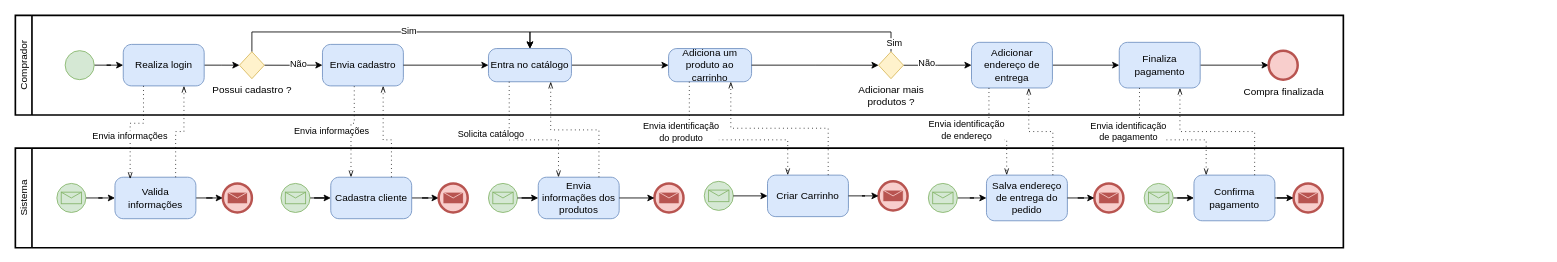
Earlier version of the draw.io diagram page "Modelo To Be Processo Compra" (2 of 4) of DPN/ModelagemProcessoNegocio.drawio (luca-moraes/projetoCorintoModelagem). Source tidied: cells renumbered, new cells numbered last; positions are measured from the earlier drawing's top-left corner, leaving out a move shared by most shapes. Both pictures are drawn from the tidied source at 83%, with x=0, y=0 at pixel (15, 15).
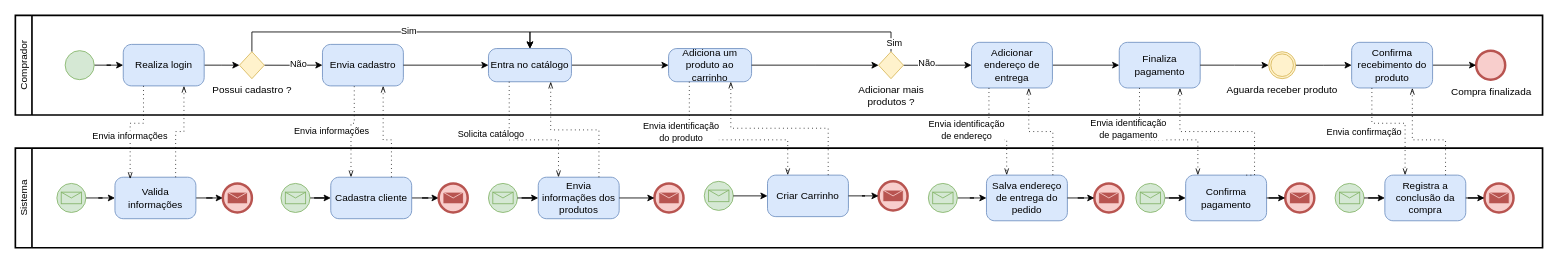
The same page after the edit.

Unchanged cells that the change refers to:
```xml
<mxCell id="55" value="Finaliza pagamento" style="points=[[0.25,0,0],[0.5,0,0],[0.75,0,0],[1,0.25,0],[1,0.5,0],[1,0.75,0],[0.75,1,0],[0.5,1,0],[0.25,1,0],[0,0.75,0],[0,0.5,0],[0,0.25,0]];shape=mxgraph.bpmn.task;whiteSpace=wrap;rectStyle=rounded;size=10;html=1;taskMarker=abstract;fillColor=#dae8fc;strokeColor=#6c8ebf;" parent="33" vertex="1">
  <mxGeometry x="1330" y="32.5" width="97.5" height="55" as="geometry" />
</mxCell>
```

Change to the diagram source:
```diff
@@
     <mxCell id="2" value="Sistema" style="swimlane;html=1;startSize=20;fontStyle=0;horizontal=0;swimlaneLine=1;swimlaneFillColor=#ffffff;strokeWidth=2;whiteSpace=wrap;" parent="1" vertex="1">
-      <mxGeometry y="160" width="1600" height="120" as="geometry" />
+      <mxGeometry y="160" width="1840" height="120" as="geometry" />
     </mxCell>
@@
     <mxCell id="29" style="points=[[0.145,0.145,0],[0.5,0,0],[0.855,0.145,0],[1,0.5,0],[0.855,0.855,0],[0.5,1,0],[0.145,0.855,0],[0,0.5,0]];shape=mxgraph.bpmn.event;html=1;verticalLabelPosition=bottom;labelBackgroundColor=#ffffff;verticalAlign=top;align=center;perimeter=ellipsePerimeter;outlineConnect=0;outline=standard;symbol=message;fillColor=#d5e8d4;strokeColor=#82b366;" parent="2" vertex="1">
-      <mxGeometry x="1360" y="42.5" width="35" height="35" as="geometry" />
+      <mxGeometry x="1350" y="42.5" width="35" height="35" as="geometry" />
     </mxCell>
     <mxCell id="30" value="Confirma pagamento" style="points=[[0.25,0,0],[0.5,0,0],[0.75,0,0],[1,0.25,0],[1,0.5,0],[1,0.75,0],[0.75,1,0],[0.5,1,0],[0.25,1,0],[0,0.75,0],[0,0.5,0],[0,0.25,0]];shape=mxgraph.bpmn.task;whiteSpace=wrap;rectStyle=rounded;size=10;html=1;taskMarker=abstract;fillColor=#dae8fc;strokeColor=#6c8ebf;" parent="2" vertex="1">
-      <mxGeometry x="1420" y="32.5" width="97.5" height="55" as="geometry" />
+      <mxGeometry x="1410" y="32.5" width="97.5" height="55" as="geometry" />
     </mxCell>
     <mxCell id="31" style="points=[[0.145,0.145,0],[0.5,0,0],[0.855,0.145,0],[1,0.5,0],[0.855,0.855,0],[0.5,1,0],[0.145,0.855,0],[0,0.5,0]];shape=mxgraph.bpmn.event;html=1;verticalLabelPosition=bottom;labelBackgroundColor=#ffffff;verticalAlign=top;align=center;perimeter=ellipsePerimeter;outlineConnect=0;outline=end;symbol=message;fillColor=#f8cecc;strokeColor=#b85450;" parent="2" vertex="1">
-      <mxGeometry x="1540" y="42.5" width="35" height="35" as="geometry" />
+      <mxGeometry x="1530" y="42.5" width="35" height="35" as="geometry" />
     </mxCell>
@@
+    <mxCell id="77" style="points=[[0.145,0.145,0],[0.5,0,0],[0.855,0.145,0],[1,0.5,0],[0.855,0.855,0],[0.5,1,0],[0.145,0.855,0],[0,0.5,0]];shape=mxgraph.bpmn.event;html=1;verticalLabelPosition=bottom;labelBackgroundColor=#ffffff;verticalAlign=top;align=center;perimeter=ellipsePerimeter;outlineConnect=0;outline=standard;symbol=message;fillColor=#d5e8d4;strokeColor=#82b366;" parent="2" vertex="1">
+      <mxGeometry x="1590" y="42.5" width="35" height="35" as="geometry" />
+    </mxCell>
+    <mxCell id="78" value="Registra a conclusão da compra" style="points=[[0.25,0,0],[0.5,0,0],[0.75,0,0],[1,0.25,0],[1,0.5,0],[1,0.75,0],[0.75,1,0],[0.5,1,0],[0.25,1,0],[0,0.75,0],[0,0.5,0],[0,0.25,0]];shape=mxgraph.bpmn.task;whiteSpace=wrap;rectStyle=rounded;size=10;html=1;taskMarker=abstract;fillColor=#dae8fc;strokeColor=#6c8ebf;" parent="2" vertex="1">
+      <mxGeometry x="1650" y="32.5" width="97.5" height="55" as="geometry" />
+    </mxCell>
+    <mxCell id="79" style="edgeStyle=orthogonalEdgeStyle;rounded=0;jettySize=auto;html=1;entryX=0;entryY=0.5;entryDx=0;entryDy=0;entryPerimeter=0;" parent="2" edge="1" source="77" target="78">
+      <mxGeometry relative="1" as="geometry" />
+    </mxCell>
+    <mxCell id="80" style="points=[[0.145,0.145,0],[0.5,0,0],[0.855,0.145,0],[1,0.5,0],[0.855,0.855,0],[0.5,1,0],[0.145,0.855,0],[0,0.5,0]];shape=mxgraph.bpmn.event;html=1;verticalLabelPosition=bottom;labelBackgroundColor=#ffffff;verticalAlign=top;align=center;perimeter=ellipsePerimeter;outlineConnect=0;outline=end;symbol=message;fillColor=#f8cecc;strokeColor=#b85450;" parent="2" vertex="1">
+      <mxGeometry x="1770" y="42.5" width="35" height="35" as="geometry" />
+    </mxCell>
+    <mxCell id="81" style="edgeStyle=orthogonalEdgeStyle;rounded=0;jettySize=auto;html=1;" parent="2" edge="1" source="78" target="80">
+      <mxGeometry relative="1" as="geometry" />
+    </mxCell>
     <mxCell id="33" value="Comprador" style="swimlane;html=1;startSize=20;fontStyle=0;horizontal=0;swimlaneLine=1;swimlaneFillColor=#ffffff;strokeWidth=2;whiteSpace=wrap;" parent="1" vertex="1">
-      <mxGeometry width="1600" height="120" as="geometry" />
+      <mxGeometry width="1840" height="120" as="geometry" />
     </mxCell>
@@
-    <mxCell id="54" style="edgeStyle=orthogonalEdgeStyle;rounded=0;jettySize=auto;html=1;entryX=0;entryY=0.5;entryDx=0;entryDy=0;entryPerimeter=0;" parent="33" edge="1" source="55" target="58">
+    <mxCell id="54" style="edgeStyle=orthogonalEdgeStyle;rounded=0;jettySize=auto;html=1;entryX=0;entryY=0.5;entryDx=0;entryDy=0;entryPerimeter=0;" parent="33" edge="1" source="82" target="85">
       <mxGeometry relative="1" as="geometry" />
     </mxCell>
@@
     <mxCell id="58" value="Compra finalizada" style="points=[[0.145,0.145,0],[0.5,0,0],[0.855,0.145,0],[1,0.5,0],[0.855,0.855,0],[0.5,1,0],[0.145,0.855,0],[0,0.5,0]];shape=mxgraph.bpmn.event;html=1;verticalLabelPosition=bottom;labelBackgroundColor=#ffffff;verticalAlign=top;align=center;perimeter=ellipsePerimeter;outlineConnect=0;outline=end;symbol=terminate2;fillColor=#f8cecc;strokeColor=#b85450;" parent="33" vertex="1">
-      <mxGeometry x="1510" y="42.5" width="35" height="35" as="geometry" />
+      <mxGeometry x="1760" y="42.5" width="35" height="35" as="geometry" />
     </mxCell>
+    <mxCell id="82" value="Aguarda receber produto" style="points=[[0.145,0.145,0],[0.5,0,0],[0.855,0.145,0],[1,0.5,0],[0.855,0.855,0],[0.5,1,0],[0.145,0.855,0],[0,0.5,0]];shape=mxgraph.bpmn.event;html=1;verticalLabelPosition=bottom;labelBackgroundColor=#ffffff;verticalAlign=top;align=center;perimeter=ellipsePerimeter;outlineConnect=0;outline=throwing;symbol=general;fillColor=#fff2cc;strokeColor=#d6b656;" parent="33" vertex="1">
+      <mxGeometry x="1510" y="43.8" width="32.5" height="32.5" as="geometry" />
+    </mxCell>
+    <mxCell id="83" style="edgeStyle=orthogonalEdgeStyle;rounded=0;jettySize=auto;html=1;entryX=0;entryY=0.5;entryDx=0;entryDy=0;entryPerimeter=0;" parent="33" edge="1" source="55" target="82">
+      <mxGeometry relative="1" as="geometry" />
+    </mxCell>
+    <mxCell id="84" style="edgeStyle=orthogonalEdgeStyle;rounded=0;jettySize=auto;html=1;entryX=0;entryY=0.5;entryDx=0;entryDy=0;entryPerimeter=0;" parent="33" edge="1" source="85" target="58">
+      <mxGeometry relative="1" as="geometry" />
+    </mxCell>
+    <mxCell id="85" value="Confirma recebimento do produto" style="points=[[0.25,0,0],[0.5,0,0],[0.75,0,0],[1,0.25,0],[1,0.5,0],[1,0.75,0],[0.75,1,0],[0.5,1,0],[0.25,1,0],[0,0.75,0],[0,0.5,0],[0,0.25,0]];shape=mxgraph.bpmn.task;whiteSpace=wrap;rectStyle=rounded;size=10;html=1;taskMarker=abstract;fillColor=#dae8fc;strokeColor=#6c8ebf;" parent="33" vertex="1">
+      <mxGeometry x="1610" y="32.5" width="97.5" height="55" as="geometry" />
+    </mxCell>
@@
+    <mxCell id="86" style="edgeStyle=orthogonalEdgeStyle;rounded=0;jettySize=auto;html=1;dashed=1;dashPattern=1 4;endArrow=openThin;endFill=0;exitX=0.75;exitY=0;exitDx=0;exitDy=0;exitPerimeter=0;entryX=0.75;entryY=1;entryDx=0;entryDy=0;entryPerimeter=0;" parent="1" edge="1" source="78" target="85">
+      <mxGeometry relative="1" as="geometry">
+        <Array as="points">
+          <mxPoint x="1723" y="150" />
+          <mxPoint x="1683" y="150" />
+        </Array>
+      </mxGeometry>
+    </mxCell>
+    <mxCell id="87" style="edgeStyle=elbowEdgeStyle;fontSize=12;html=1;endFill=0;startFill=0;endSize=6;startSize=6;dashed=1;dashPattern=1 4;endArrow=openThin;startArrow=none;rounded=0;exitX=0.25;exitY=1;exitDx=0;exitDy=0;exitPerimeter=0;entryX=0.25;entryY=0;entryDx=0;entryDy=0;entryPerimeter=0;elbow=vertical;" parent="1" edge="1" source="85" target="78">
+      <mxGeometry relative="1" as="geometry">
+        <Array as="points">
+          <mxPoint x="1640" y="130" />
+        </Array>
+      </mxGeometry>
+    </mxCell>
+    <mxCell id="88" value="Envia confirmação" style="edgeLabel;html=1;align=center;verticalAlign=middle;" parent="87" vertex="1">
+      <mxGeometry x="-0.37" y="-2" relative="1" as="geometry">
+        <mxPoint x="-13" y="8" as="offset" />
+      </mxGeometry>
+    </mxCell>
```
